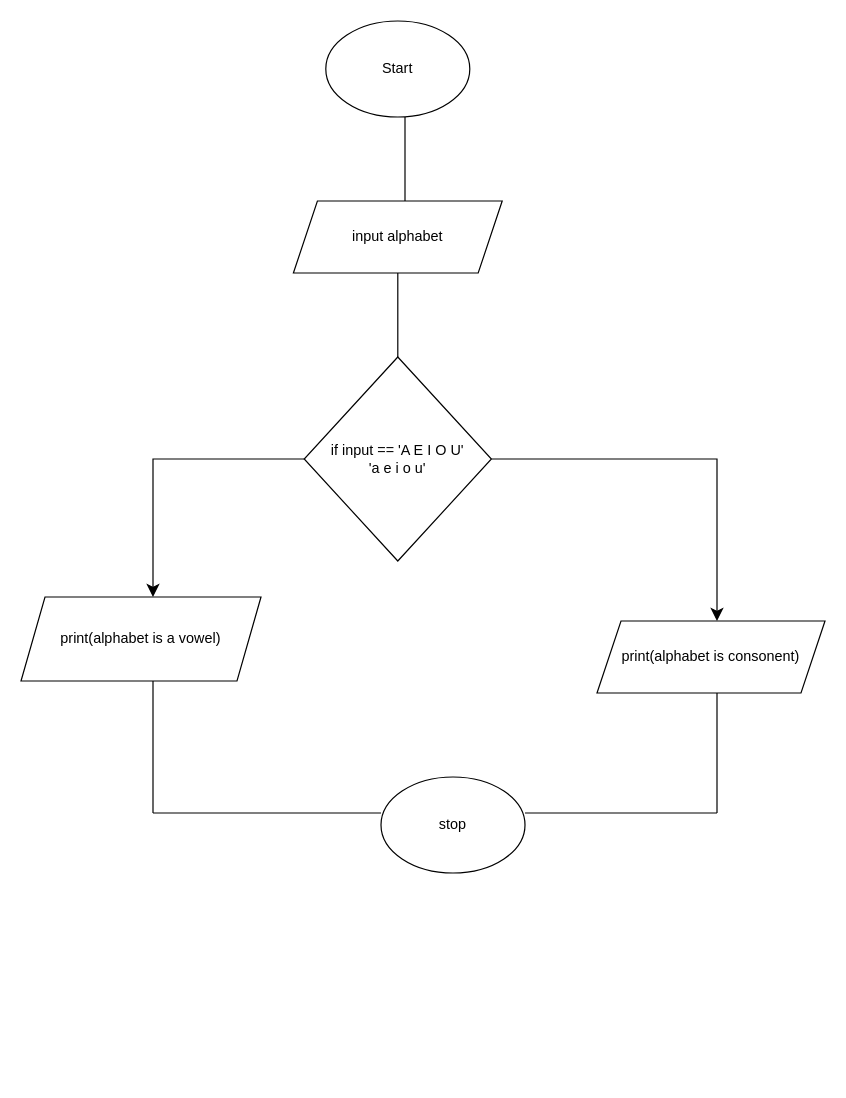
Earlier version of the draw.io diagram vowel_consonent.drawio (ArslanBashirBhat/Assingments-Python). Source tidied: cells renumbered, new cells numbered last; positions are measured from the earlier drawing's top-left corner, leaving out a move shared by most shapes. Both pictures are drawn from the tidied source at 120%, with x=0, y=0 at pixel (20, 20).
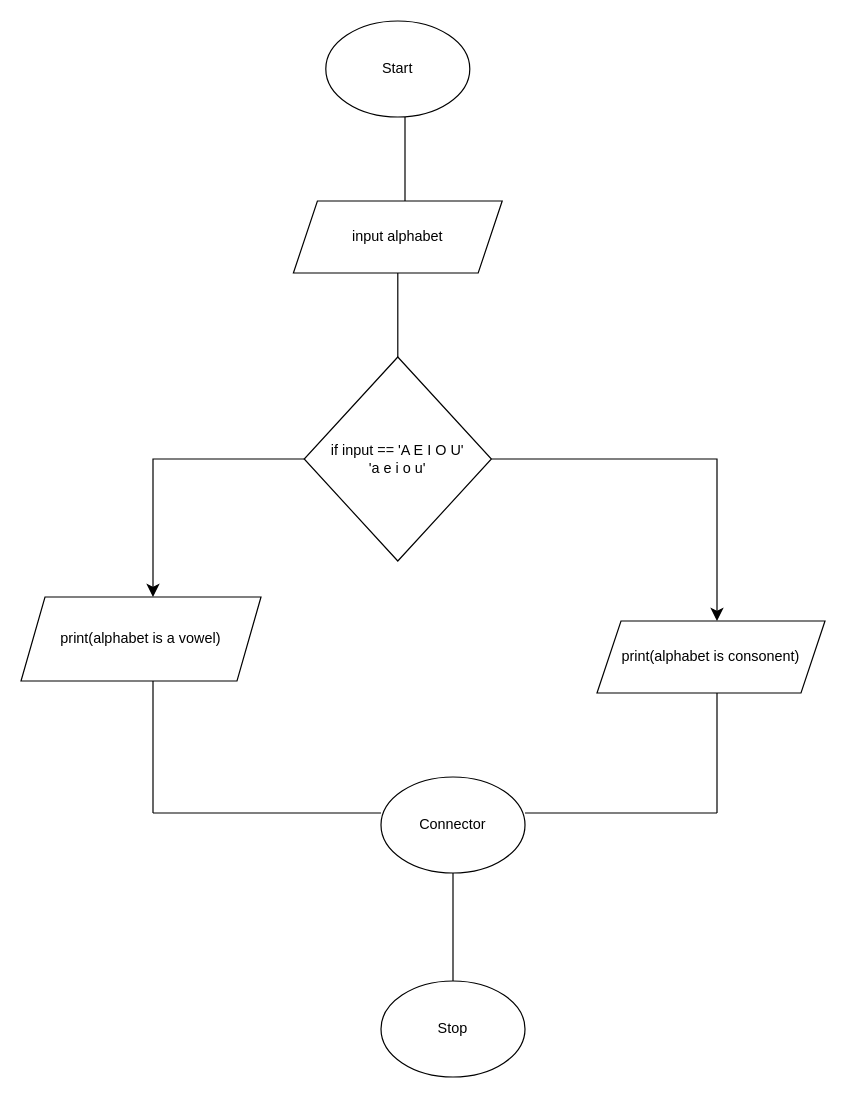
The same diagram, later.

Change to the diagram source:
```diff
@@
-    <mxCell id="15" value="stop" style="ellipse;whiteSpace=wrap;html=1;" parent="1" vertex="1">
+    <mxCell id="15" value="Connector" style="ellipse;whiteSpace=wrap;html=1;" parent="1" vertex="1">
       <mxGeometry x="300" y="630" width="120" height="80" as="geometry" />
     </mxCell>
+    <mxCell id="16" style="endArrow=none;html=1;rounded=0;" parent="1" edge="1">
+      <mxGeometry relative="1" as="geometry">
+        <mxPoint x="360" y="800" as="sourcePoint" />
+        <mxPoint x="360" y="710" as="targetPoint" />
+      </mxGeometry>
+    </mxCell>
+    <mxCell id="17" value="Stop" style="ellipse;whiteSpace=wrap;html=1;" parent="1" vertex="1">
+      <mxGeometry x="300" y="800" width="120" height="80" as="geometry" />
+    </mxCell>
```
